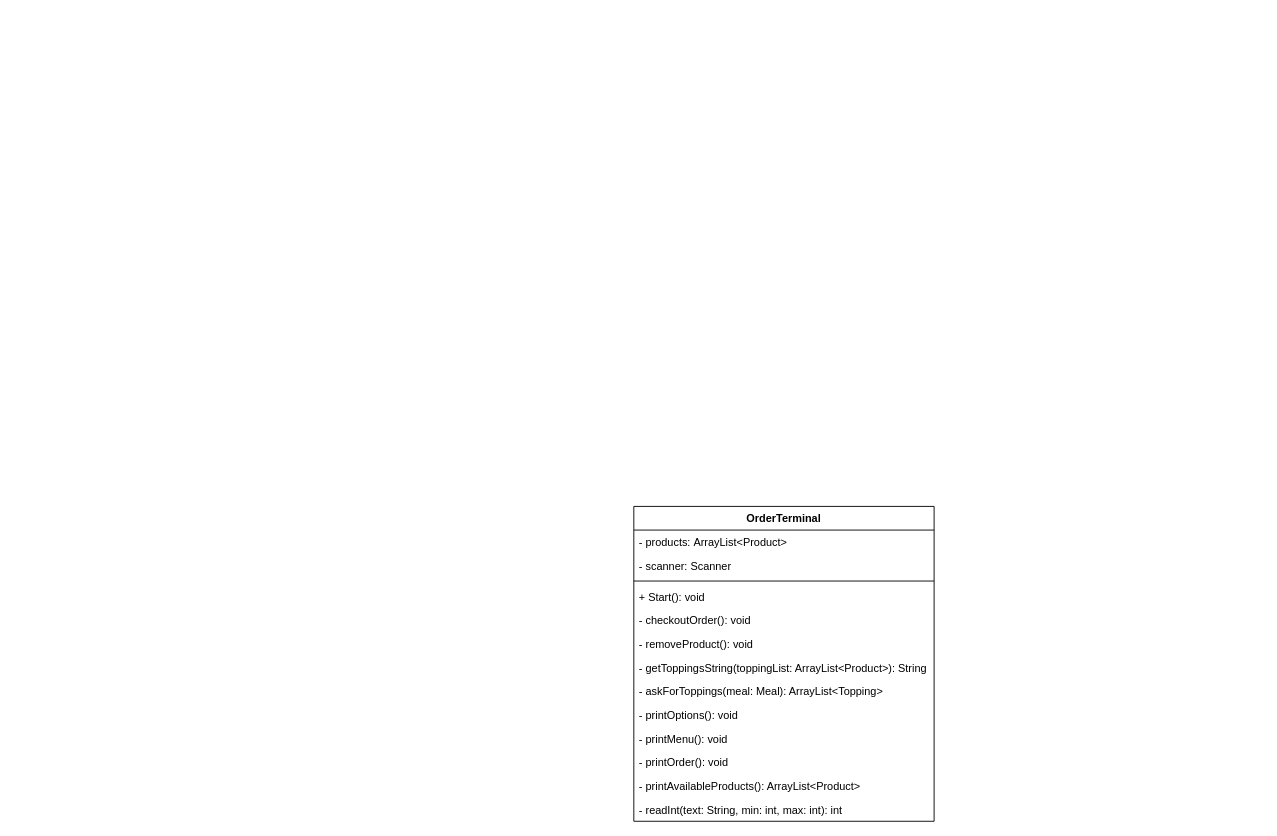
Above: diagrams/project/Project Class Diagram.drawio in JonathanXDR/M320 (draw.io), before the change. Source tidied: cells renumbered, new cells numbered last; positions are measured from the earlier drawing's top-left corner, leaving out a move shared by most shapes. Both pictures are drawn from the tidied source at 91%, with x=0, y=0 at pixel (633, 506).
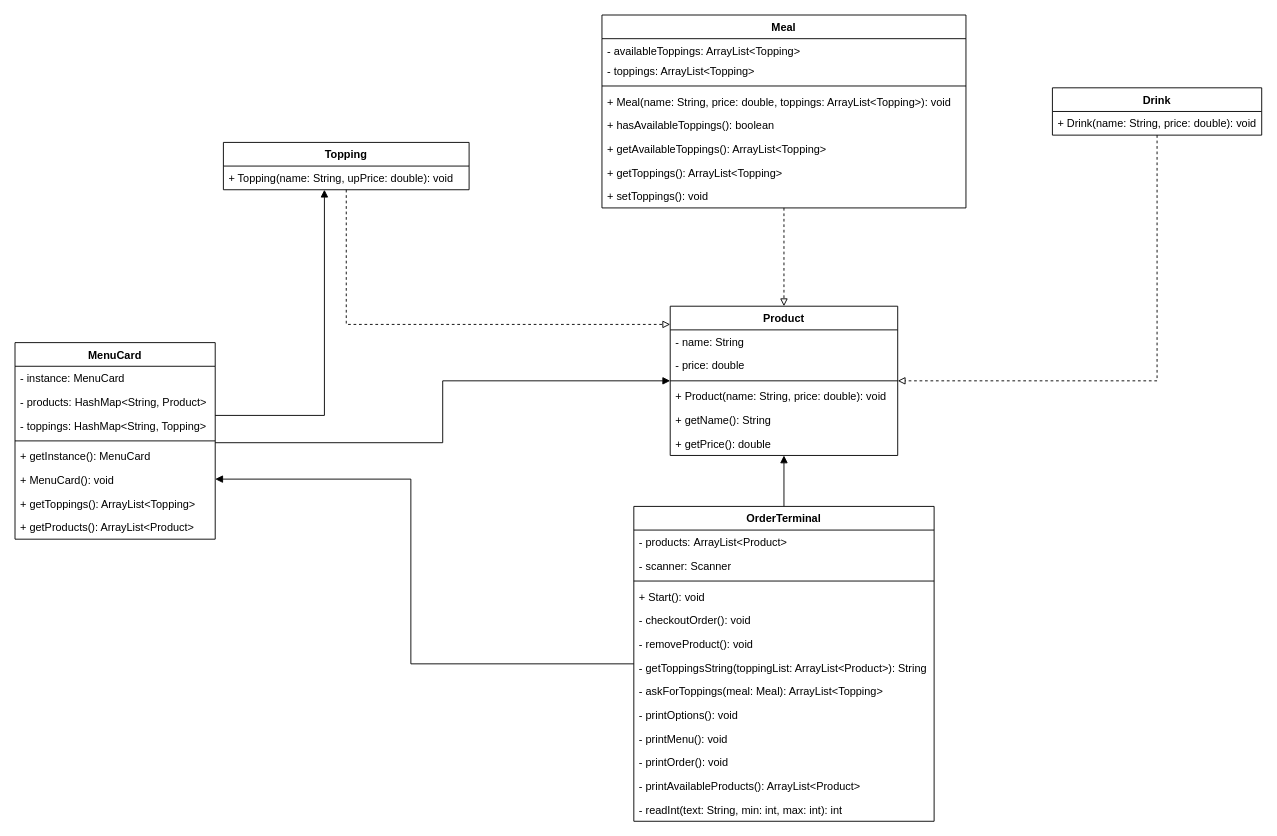
The same diagram, later.

Unchanged cells that the change refers to:
```xml
<mxCell id="2" value="OrderTerminal" style="swimlane;fontStyle=1;align=center;verticalAlign=top;horizontal=1;startSize=26;" parent="1" vertex="1">
  <mxGeometry width="330" height="346" as="geometry" />
</mxCell>
```

Diff of the diagram source:
```diff
@@
+    <mxCell id="16" style="edgeStyle=orthogonalEdgeStyle;rounded=0;jettySize=auto;html=1;endArrow=block;endFill=1;" parent="1" edge="1" source="2" target="18">
+      <mxGeometry relative="1" as="geometry" />
+    </mxCell>
+    <mxCell id="17" style="edgeStyle=orthogonalEdgeStyle;rounded=0;jettySize=auto;html=1;endArrow=block;endFill=1;" parent="1" edge="1" source="2" target="30">
+      <mxGeometry relative="1" as="geometry">
+        <Array as="points">
+          <mxPoint x="-245" y="173" />
+          <mxPoint x="-245" y="-30" />
+        </Array>
+      </mxGeometry>
+    </mxCell>
@@
+    <mxCell id="18" value="Product" style="swimlane;fontStyle=1;align=center;verticalAlign=top;horizontal=1;startSize=26;" parent="1" vertex="1">
+      <mxGeometry x="40" y="-220" width="250" height="164" as="geometry" />
+    </mxCell>
+    <mxCell id="19" value="- name: String" style="text;strokeColor=none;fillColor=none;align=left;verticalAlign=top;spacingLeft=4;spacingRight=4;overflow=hidden;" parent="18" vertex="1">
+      <mxGeometry y="26" width="250" height="26" as="geometry" />
+    </mxCell>
+    <mxCell id="20" value="- price: double" style="text;strokeColor=none;fillColor=none;align=left;verticalAlign=top;spacingLeft=4;spacingRight=4;overflow=hidden;" parent="18" vertex="1">
+      <mxGeometry y="52" width="250" height="26" as="geometry" />
+    </mxCell>
+    <mxCell id="21" style="line;strokeWidth=1;fillColor=none;align=left;verticalAlign=middle;spacingTop=-1;spacingLeft=3;spacingRight=3;labelPosition=right;strokeColor=inherit;" parent="18" vertex="1">
+      <mxGeometry y="78" width="250" height="8" as="geometry" />
+    </mxCell>
+    <mxCell id="22" value="+ Product(name: String, price: double): void" style="text;strokeColor=none;fillColor=none;align=left;verticalAlign=top;spacingLeft=4;spacingRight=4;overflow=hidden;" parent="18" vertex="1">
+      <mxGeometry y="86" width="250" height="26" as="geometry" />
+    </mxCell>
+    <mxCell id="23" value="+ getName(): String" style="text;strokeColor=none;fillColor=none;align=left;verticalAlign=top;spacingLeft=4;spacingRight=4;overflow=hidden;" parent="18" vertex="1">
+      <mxGeometry y="112" width="250" height="26" as="geometry" />
+    </mxCell>
+    <mxCell id="24" value="+ getPrice(): double" style="text;strokeColor=none;fillColor=none;align=left;verticalAlign=top;spacingLeft=4;spacingRight=4;overflow=hidden;" parent="18" vertex="1">
+      <mxGeometry y="138" width="250" height="26" as="geometry" />
+    </mxCell>
+    <mxCell id="25" style="edgeStyle=orthogonalEdgeStyle;rounded=0;jettySize=auto;html=1;exitX=0.5;exitY=1;exitDx=0;exitDy=0;dashed=1;endArrow=block;endFill=0;" parent="1" edge="1" source="26" target="18">
+      <mxGeometry relative="1" as="geometry">
+        <Array as="points">
+          <mxPoint x="-316" y="-200" />
+        </Array>
+      </mxGeometry>
+    </mxCell>
+    <mxCell id="26" value="Topping" style="swimlane;fontStyle=1;align=center;verticalAlign=top;horizontal=1;startSize=26;" parent="1" vertex="1">
+      <mxGeometry x="-451" y="-400" width="270" height="52" as="geometry" />
+    </mxCell>
+    <mxCell id="27" value="+ Topping(name: String, upPrice: double): void" style="text;strokeColor=none;fillColor=none;align=left;verticalAlign=top;spacingLeft=4;spacingRight=4;overflow=hidden;" parent="26" vertex="1">
+      <mxGeometry y="26" width="270" height="26" as="geometry" />
+    </mxCell>
+    <mxCell id="28" style="edgeStyle=orthogonalEdgeStyle;rounded=0;jettySize=auto;html=1;endArrow=block;endFill=1;" parent="1" edge="1" source="30" target="18">
+      <mxGeometry relative="1" as="geometry">
+        <Array as="points">
+          <mxPoint x="-210" y="-70" />
+          <mxPoint x="-210" y="-138" />
+        </Array>
+      </mxGeometry>
+    </mxCell>
+    <mxCell id="29" style="edgeStyle=orthogonalEdgeStyle;rounded=0;jettySize=auto;html=1;endArrow=block;endFill=1;" parent="1" edge="1" source="30" target="26">
+      <mxGeometry relative="1" as="geometry">
+        <Array as="points">
+          <mxPoint x="-340" y="-100" />
+        </Array>
+      </mxGeometry>
+    </mxCell>
+    <mxCell id="30" value="MenuCard" style="swimlane;fontStyle=1;align=center;verticalAlign=top;horizontal=1;startSize=26;" parent="1" vertex="1">
+      <mxGeometry x="-680" y="-180" width="220" height="216" as="geometry" />
+    </mxCell>
+    <mxCell id="31" value="- instance: MenuCard" style="text;strokeColor=none;fillColor=none;align=left;verticalAlign=top;spacingLeft=4;spacingRight=4;overflow=hidden;" parent="30" vertex="1">
+      <mxGeometry y="26" width="220" height="26" as="geometry" />
+    </mxCell>
+    <mxCell id="32" value="- products: HashMap&lt;String, Product&gt;" style="text;strokeColor=none;fillColor=none;align=left;verticalAlign=top;spacingLeft=4;spacingRight=4;overflow=hidden;" parent="30" vertex="1">
+      <mxGeometry y="52" width="220" height="26" as="geometry" />
+    </mxCell>
+    <mxCell id="33" value="- toppings: HashMap&lt;String, Topping&gt;" style="text;strokeColor=none;fillColor=none;align=left;verticalAlign=top;spacingLeft=4;spacingRight=4;overflow=hidden;" parent="30" vertex="1">
+      <mxGeometry y="78" width="220" height="26" as="geometry" />
+    </mxCell>
+    <mxCell id="34" style="line;strokeWidth=1;fillColor=none;align=left;verticalAlign=middle;spacingTop=-1;spacingLeft=3;spacingRight=3;labelPosition=right;strokeColor=inherit;" parent="30" vertex="1">
+      <mxGeometry y="104" width="220" height="8" as="geometry" />
+    </mxCell>
+    <mxCell id="35" value="+ getInstance(): MenuCard" style="text;strokeColor=none;fillColor=none;align=left;verticalAlign=top;spacingLeft=4;spacingRight=4;overflow=hidden;" parent="30" vertex="1">
+      <mxGeometry y="112" width="220" height="26" as="geometry" />
+    </mxCell>
+    <mxCell id="36" value="+ MenuCard(): void" style="text;strokeColor=none;fillColor=none;align=left;verticalAlign=top;spacingLeft=4;spacingRight=4;overflow=hidden;" parent="30" vertex="1">
+      <mxGeometry y="138" width="220" height="26" as="geometry" />
+    </mxCell>
+    <mxCell id="37" value="+ getToppings(): ArrayList&lt;Topping&gt;" style="text;strokeColor=none;fillColor=none;align=left;verticalAlign=top;spacingLeft=4;spacingRight=4;overflow=hidden;" parent="30" vertex="1">
+      <mxGeometry y="164" width="220" height="26" as="geometry" />
+    </mxCell>
+    <mxCell id="38" value="+ getProducts(): ArrayList&lt;Product&gt;" style="text;strokeColor=none;fillColor=none;align=left;verticalAlign=top;spacingLeft=4;spacingRight=4;overflow=hidden;" parent="30" vertex="1">
+      <mxGeometry y="190" width="220" height="26" as="geometry" />
+    </mxCell>
+    <mxCell id="39" style="edgeStyle=orthogonalEdgeStyle;rounded=0;jettySize=auto;html=1;endArrow=block;endFill=0;dashed=1;" parent="1" edge="1" source="40" target="18">
+      <mxGeometry relative="1" as="geometry" />
+    </mxCell>
+    <mxCell id="40" value="Meal" style="swimlane;fontStyle=1;align=center;verticalAlign=top;horizontal=1;startSize=26;" parent="1" vertex="1">
+      <mxGeometry x="-35" y="-540" width="400" height="212" as="geometry" />
+    </mxCell>
+    <mxCell id="41" value="- availableToppings: ArrayList&lt;Topping&gt;" style="text;strokeColor=none;fillColor=none;align=left;verticalAlign=top;spacingLeft=4;spacingRight=4;overflow=hidden;" parent="40" vertex="1">
+      <mxGeometry y="26" width="400" height="22" as="geometry" />
+    </mxCell>
+    <mxCell id="42" value="- toppings: ArrayList&lt;Topping&gt;" style="text;strokeColor=none;fillColor=none;align=left;verticalAlign=top;spacingLeft=4;spacingRight=4;overflow=hidden;" parent="40" vertex="1">
+      <mxGeometry y="48" width="400" height="26" as="geometry" />
+    </mxCell>
+    <mxCell id="43" style="line;strokeWidth=1;fillColor=none;align=left;verticalAlign=middle;spacingTop=-1;spacingLeft=3;spacingRight=3;labelPosition=right;strokeColor=inherit;" parent="40" vertex="1">
+      <mxGeometry y="74" width="400" height="8" as="geometry" />
+    </mxCell>
+    <mxCell id="44" value="+ Meal(name: String, price: double, toppings: ArrayList&lt;Topping&gt;): void" style="text;strokeColor=none;fillColor=none;align=left;verticalAlign=top;spacingLeft=4;spacingRight=4;overflow=hidden;" parent="40" vertex="1">
+      <mxGeometry y="82" width="400" height="26" as="geometry" />
+    </mxCell>
+    <mxCell id="45" value="+ hasAvailableToppings(): boolean" style="text;strokeColor=none;fillColor=none;align=left;verticalAlign=top;spacingLeft=4;spacingRight=4;overflow=hidden;" parent="40" vertex="1">
+      <mxGeometry y="108" width="400" height="26" as="geometry" />
+    </mxCell>
+    <mxCell id="46" value="+ getAvailableToppings(): ArrayList&lt;Topping&gt;" style="text;strokeColor=none;fillColor=none;align=left;verticalAlign=top;spacingLeft=4;spacingRight=4;overflow=hidden;" parent="40" vertex="1">
+      <mxGeometry y="134" width="400" height="26" as="geometry" />
+    </mxCell>
+    <mxCell id="47" value="+ getToppings(): ArrayList&lt;Topping&gt;" style="text;strokeColor=none;fillColor=none;align=left;verticalAlign=top;spacingLeft=4;spacingRight=4;overflow=hidden;" parent="40" vertex="1">
+      <mxGeometry y="160" width="400" height="26" as="geometry" />
+    </mxCell>
+    <mxCell id="48" value="+ setToppings(): void" style="text;strokeColor=none;fillColor=none;align=left;verticalAlign=top;spacingLeft=4;spacingRight=4;overflow=hidden;" parent="40" vertex="1">
+      <mxGeometry y="186" width="400" height="26" as="geometry" />
+    </mxCell>
+    <mxCell id="49" style="edgeStyle=orthogonalEdgeStyle;rounded=0;jettySize=auto;html=1;exitX=0.5;exitY=1;exitDx=0;exitDy=0;dashed=1;endArrow=block;endFill=0;" parent="1" edge="1" source="50" target="18">
+      <mxGeometry relative="1" as="geometry">
+        <Array as="points">
+          <mxPoint x="575" y="-138" />
+        </Array>
+      </mxGeometry>
+    </mxCell>
+    <mxCell id="50" value="Drink" style="swimlane;fontStyle=1;align=center;verticalAlign=top;horizontal=1;startSize=26;" parent="1" vertex="1">
+      <mxGeometry x="460" y="-460" width="230" height="52" as="geometry" />
+    </mxCell>
+    <mxCell id="51" value="+ Drink(name: String, price: double): void" style="text;strokeColor=none;fillColor=none;align=left;verticalAlign=top;spacingLeft=4;spacingRight=4;overflow=hidden;" parent="50" vertex="1">
+      <mxGeometry y="26" width="230" height="26" as="geometry" />
+    </mxCell>
```
